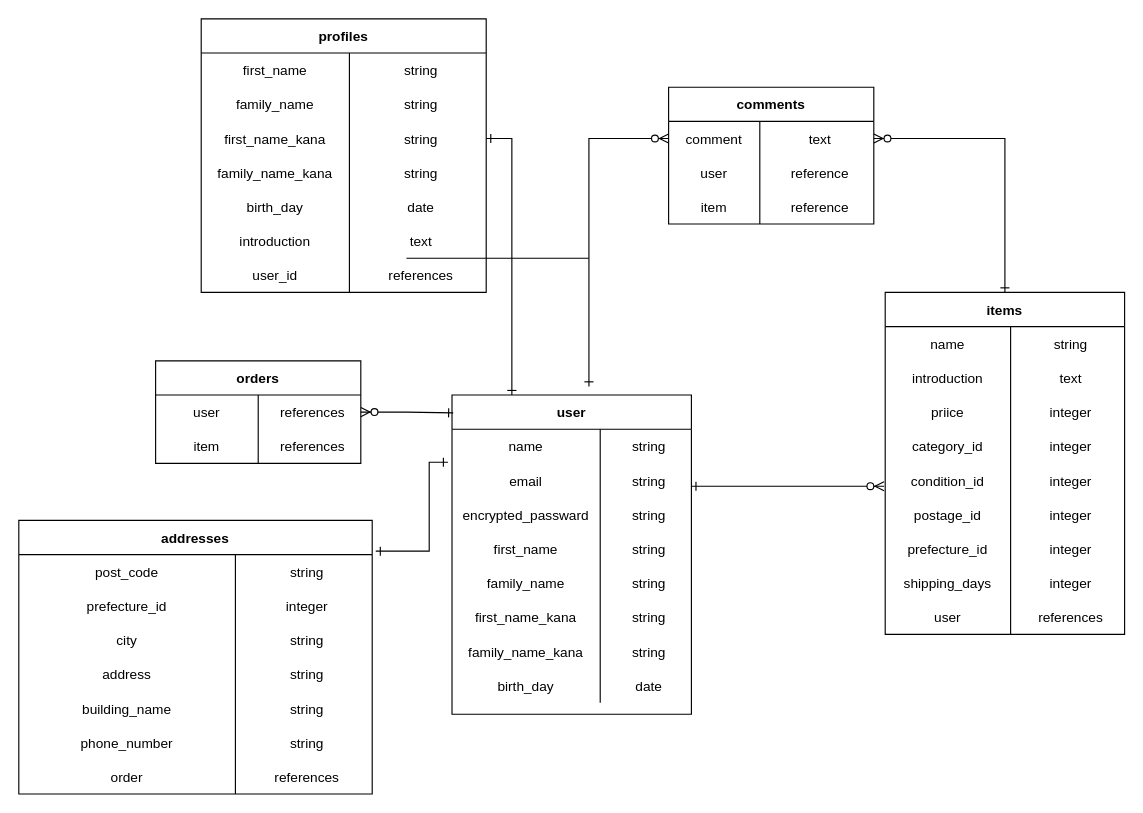
Before: tset.dio in ninomiichan/furima-34382, a draw.io diagram. Source tidied: cells renumbered, new cells numbered last; positions are measured from the earlier drawing's top-left corner, leaving out a move shared by most shapes. Both pictures are drawn from the tidied source at 114%, with x=0, y=0 at pixel (18, 18).
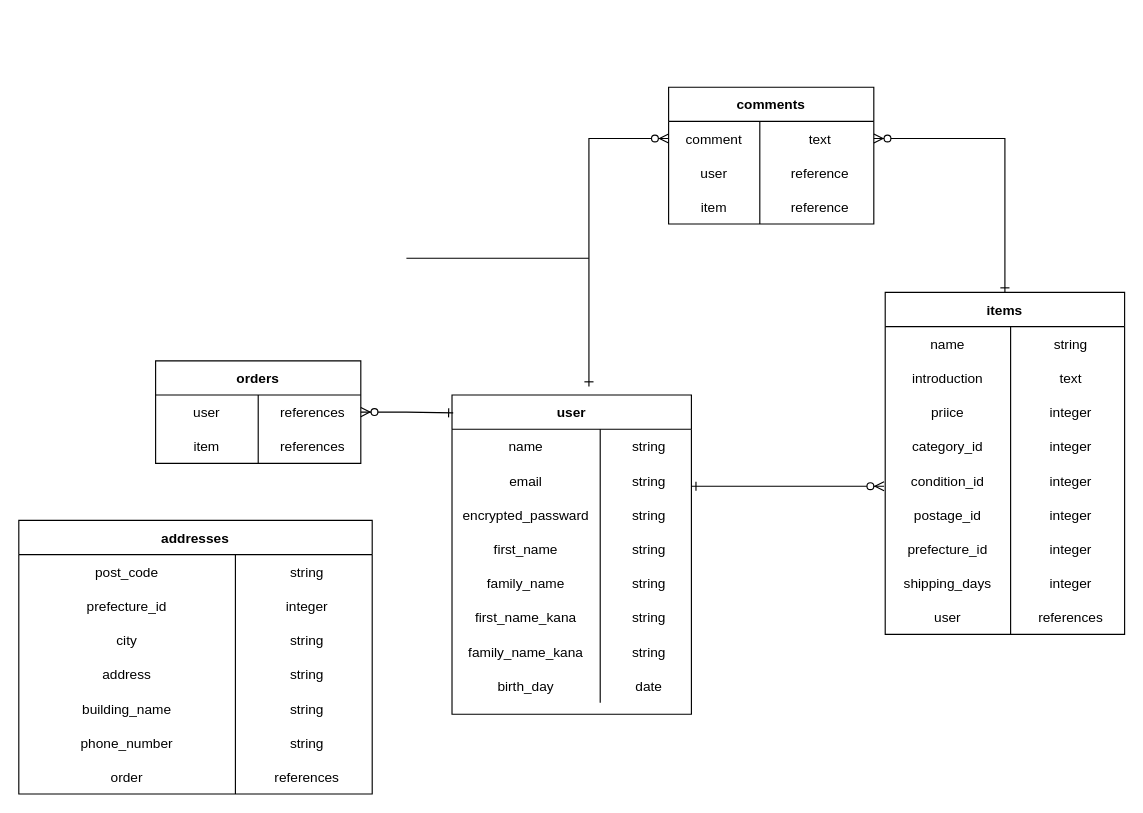
The same diagram, later.

Unchanged cells that the change refers to:
```xml
<mxCell id="2" value="user" style="shape=table;startSize=30;childLayout=tableLayout;rowLines=0;fontStyle=1;align=center;" parent="1" vertex="1">
  <mxGeometry x="380" y="330" width="210" height="280" as="geometry" />
</mxCell>
<mxCell id="6" style="shape=partialRectangle;fillColor=none;top=0;left=0;bottom=0;right=0;points=[[0,0.5],[1,0.5]];portConstraint=eastwest;" parent="2" vertex="1">
  <mxGeometry y="60" width="210" height="30" as="geometry" />
</mxCell>
<mxCell id="92" style="shape=partialRectangle;fillColor=none;top=0;left=0;bottom=0;right=0;points=[[0,0.5],[1,0.5]];portConstraint=eastwest;" parent="91" vertex="1">
  <mxGeometry y="30" width="310" height="30" as="geometry" />
</mxCell>
```

Diff of the diagram source:
```diff
@@
-    <mxCell id="68" value="profiles" style="shape=table;startSize=30;childLayout=tableLayout;rowLines=0;fontStyle=1;align=center;fillColor=none;" parent="1" vertex="1">
-      <mxGeometry x="160" width="250" height="240" as="geometry" />
-    </mxCell>
-    <mxCell id="69" style="shape=partialRectangle;fillColor=none;top=0;left=0;bottom=0;right=0;" parent="68" vertex="1">
-      <mxGeometry y="30" width="250" height="30" as="geometry" />
-    </mxCell>
-    <mxCell id="70" value="first_name" style="shape=partialRectangle;fillColor=none;top=0;left=0;bottom=0;right=0;overflow=hidden;" parent="69" vertex="1">
-      <mxGeometry width="130" height="30" as="geometry" />
-    </mxCell>
-    <mxCell id="71" value="string" style="shape=partialRectangle;fillColor=none;top=0;left=0;bottom=0;right=0;align=center;spacingLeft=6;overflow=hidden;" parent="69" vertex="1">
-      <mxGeometry x="130" width="120" height="30" as="geometry" />
-    </mxCell>
-    <mxCell id="72" style="shape=partialRectangle;fillColor=none;top=0;left=0;bottom=0;right=0;" parent="68" vertex="1">
-      <mxGeometry y="60" width="250" height="30" as="geometry" />
-    </mxCell>
-    <mxCell id="73" value="family_name" style="shape=partialRectangle;fillColor=none;top=0;left=0;bottom=0;right=0;overflow=hidden;" parent="72" vertex="1">
-      <mxGeometry width="130" height="30" as="geometry" />
-    </mxCell>
-    <mxCell id="74" value="string" style="shape=partialRectangle;fillColor=none;top=0;left=0;bottom=0;right=0;align=center;spacingLeft=6;overflow=hidden;" parent="72" vertex="1">
-      <mxGeometry x="130" width="120" height="30" as="geometry" />
-    </mxCell>
-    <mxCell id="75" style="shape=partialRectangle;fillColor=none;top=0;left=0;bottom=0;right=0;points=[[0,0.5],[1,0.5]];portConstraint=eastwest;" parent="68" vertex="1">
-      <mxGeometry y="90" width="250" height="30" as="geometry" />
-    </mxCell>
-    <mxCell id="76" value="first_name_kana" style="shape=partialRectangle;fillColor=none;top=0;left=0;bottom=0;right=0;overflow=hidden;" parent="75" vertex="1">
-      <mxGeometry width="130" height="30" as="geometry" />
-    </mxCell>
-    <mxCell id="77" value="string" style="shape=partialRectangle;fillColor=none;top=0;left=0;bottom=0;right=0;align=center;spacingLeft=6;overflow=hidden;" parent="75" vertex="1">
-      <mxGeometry x="130" width="120" height="30" as="geometry" />
-    </mxCell>
-    <mxCell id="78" style="shape=partialRectangle;fillColor=none;top=0;left=0;bottom=0;right=0;" parent="68" vertex="1">
-      <mxGeometry y="120" width="250" height="30" as="geometry" />
-    </mxCell>
-    <mxCell id="79" value="family_name_kana" style="shape=partialRectangle;fillColor=none;top=0;left=0;bottom=0;right=0;overflow=hidden;" parent="78" vertex="1">
-      <mxGeometry width="130" height="30" as="geometry" />
-    </mxCell>
-    <mxCell id="80" value="string" style="shape=partialRectangle;fillColor=none;top=0;left=0;bottom=0;right=0;align=center;spacingLeft=6;overflow=hidden;" parent="78" vertex="1">
-      <mxGeometry x="130" width="120" height="30" as="geometry" />
-    </mxCell>
-    <mxCell id="81" style="shape=partialRectangle;fillColor=none;top=0;left=0;bottom=0;right=0;" parent="68" vertex="1">
-      <mxGeometry y="150" width="250" height="30" as="geometry" />
-    </mxCell>
-    <mxCell id="82" value="birth_day" style="shape=partialRectangle;fillColor=none;top=0;left=0;bottom=0;right=0;overflow=hidden;" parent="81" vertex="1">
-      <mxGeometry width="130" height="30" as="geometry" />
-    </mxCell>
-    <mxCell id="83" value="date" style="shape=partialRectangle;fillColor=none;top=0;left=0;bottom=0;right=0;align=center;spacingLeft=6;overflow=hidden;" parent="81" vertex="1">
-      <mxGeometry x="130" width="120" height="30" as="geometry" />
-    </mxCell>
-    <mxCell id="84" style="shape=partialRectangle;fillColor=none;top=0;left=0;bottom=0;right=0;" parent="68" vertex="1">
-      <mxGeometry y="180" width="250" height="30" as="geometry" />
-    </mxCell>
-    <mxCell id="85" value="introduction" style="shape=partialRectangle;fillColor=none;top=0;left=0;bottom=0;right=0;overflow=hidden;" parent="84" vertex="1">
-      <mxGeometry width="130" height="30" as="geometry" />
-    </mxCell>
-    <mxCell id="86" value="text" style="shape=partialRectangle;fillColor=none;top=0;left=0;bottom=0;right=0;align=center;spacingLeft=6;overflow=hidden;" parent="84" vertex="1">
-      <mxGeometry x="130" width="120" height="30" as="geometry" />
-    </mxCell>
-    <mxCell id="87" style="shape=partialRectangle;fillColor=none;top=0;left=0;bottom=0;right=0;" parent="68" vertex="1">
-      <mxGeometry y="210" width="250" height="30" as="geometry" />
-    </mxCell>
-    <mxCell id="88" value="user_id" style="shape=partialRectangle;fillColor=none;top=0;left=0;bottom=0;right=0;overflow=hidden;" parent="87" vertex="1">
-      <mxGeometry width="130" height="30" as="geometry" />
-    </mxCell>
-    <mxCell id="89" value="references" style="shape=partialRectangle;fillColor=none;top=0;left=0;bottom=0;right=0;align=center;spacingLeft=6;overflow=hidden;" parent="87" vertex="1">
-      <mxGeometry x="130" width="120" height="30" as="geometry" />
-    </mxCell>
-    <mxCell id="90" style="edgeStyle=orthogonalEdgeStyle;rounded=0;jettySize=auto;html=1;exitX=0.25;exitY=0;exitDx=0;exitDy=0;entryX=1;entryY=0.5;entryDx=0;entryDy=0;endArrow=ERone;endFill=0;startArrow=ERone;startFill=0;" parent="1" edge="1" source="2" target="75">
-      <mxGeometry relative="1" as="geometry" />
-    </mxCell>
@@
-    <mxCell id="113" style="edgeStyle=orthogonalEdgeStyle;rounded=0;jettySize=auto;html=1;exitX=-0.017;exitY=-0.033;exitDx=0;exitDy=0;entryX=1.01;entryY=-0.1;entryDx=0;entryDy=0;endArrow=ERone;endFill=0;startArrow=ERone;startFill=0;exitPerimeter=0;entryPerimeter=0;" parent="1" edge="1" source="6" target="92">
-      <mxGeometry relative="1" as="geometry">
-        <Array as="points">
-          <mxPoint x="360" y="389" />
-          <mxPoint x="360" y="467" />
-        </Array>
-      </mxGeometry>
-    </mxCell>
```
